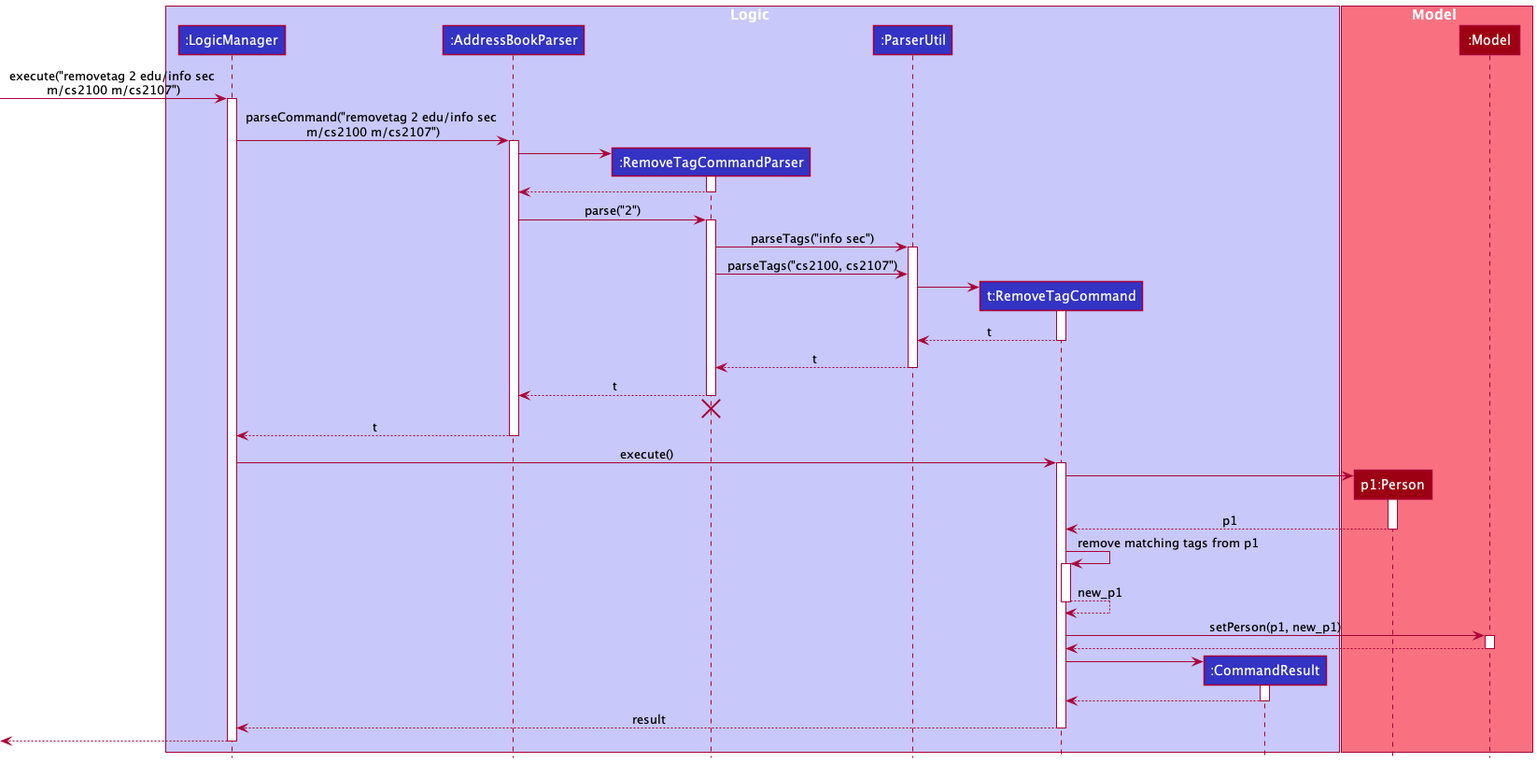
This is docs/images/RemoveTagSequenceDiagram.png from nus-cs2103-AY2122S2/tp, a PlantUML export, as it was before one commit.
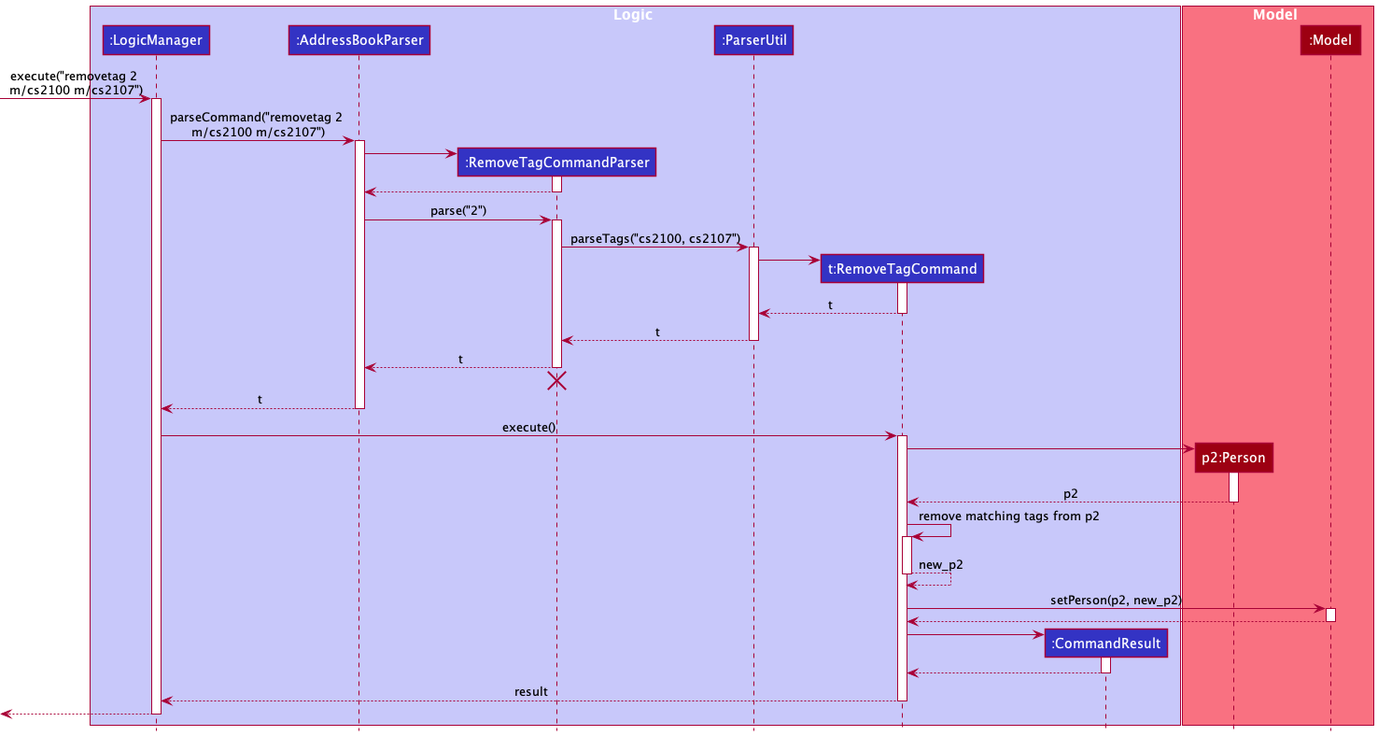
The same file after the commit.

The edit, as a diff of the source:
```diff
@@ -11,14 +11,14 @@
 end box
 
 box Model MODEL_COLOR_T1
-participant "p1:Person" as Person MODEL_COLOR
+participant "p2:Person" as Person MODEL_COLOR
 participant ":Model" as Model MODEL_COLOR
 end box
 
-[-> LogicManager : execute("removetag 2 edu/info sec \nm/cs2100 m/cs2107")
+[-> LogicManager : execute("removetag 2 \nm/cs2100 m/cs2107")
 activate LogicManager
 
-LogicManager -> AddressBookParser : parseCommand("removetag 2 edu/info sec \nm/cs2100 m/cs2107")
+LogicManager -> AddressBookParser : parseCommand("removetag 2 \nm/cs2100 m/cs2107")
 activate AddressBookParser
 
 create RemoveTagCommandParser
@@ -31,9 +31,8 @@
 AddressBookParser -> RemoveTagCommandParser : parse("2")
 activate RemoveTagCommandParser
 
-RemoveTagCommandParser -> ParserUtil : parseTags("info sec")
+RemoveTagCommandParser -> ParserUtil : parseTags("cs2100, cs2107")
 activate ParserUtil
-RemoveTagCommandParser -> ParserUtil : parseTags("cs2100, cs2107")
 create RemoveTagCommand
 ParserUtil -> RemoveTagCommand
 activate RemoveTagCommand
@@ -57,15 +56,15 @@
 create Person
 RemoveTagCommand -> Person
 activate Person
-Person --> RemoveTagCommand : p1
+Person --> RemoveTagCommand : p2
 deactivate Person
 
-RemoveTagCommand -> RemoveTagCommand : remove matching tags from p1
+RemoveTagCommand -> RemoveTagCommand : remove matching tags from p2
 activate RemoveTagCommand
-RemoveTagCommand --> RemoveTagCommand : new_p1
+RemoveTagCommand --> RemoveTagCommand : new_p2
 deactivate RemoveTagCommand
 
-RemoveTagCommand -> Model : setPerson(p1, new_p1)
+RemoveTagCommand -> Model : setPerson(p2, new_p2)
 activate Model
 Model --> RemoveTagCommand
 deactivate Model
```
